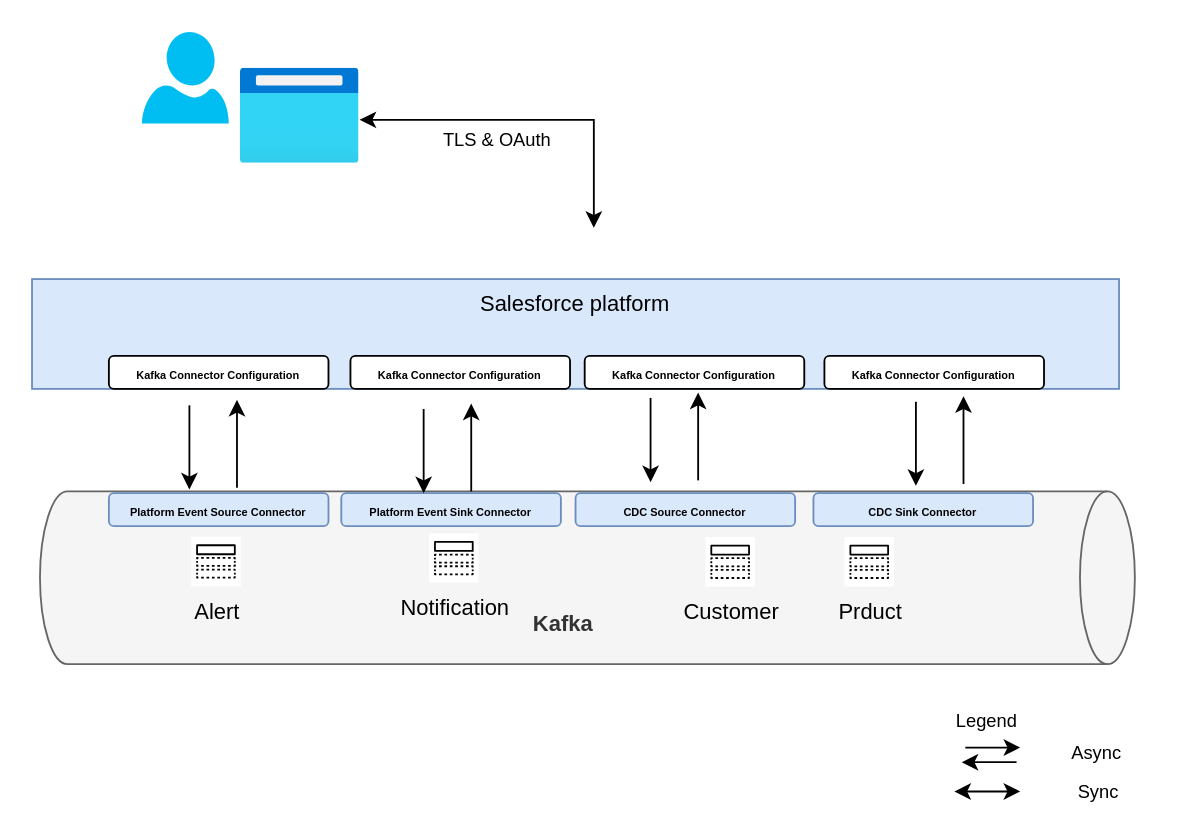
Earlier version of the draw.io diagram SalesConnector.drawio (sreenubk/user-tracker). Source tidied: cells renumbered, new cells numbered last; positions are measured from the earlier drawing's top-left corner, leaving out a move shared by most shapes. Both pictures are drawn from the tidied source at 183%, with x=0, y=0 at pixel (31, 29).
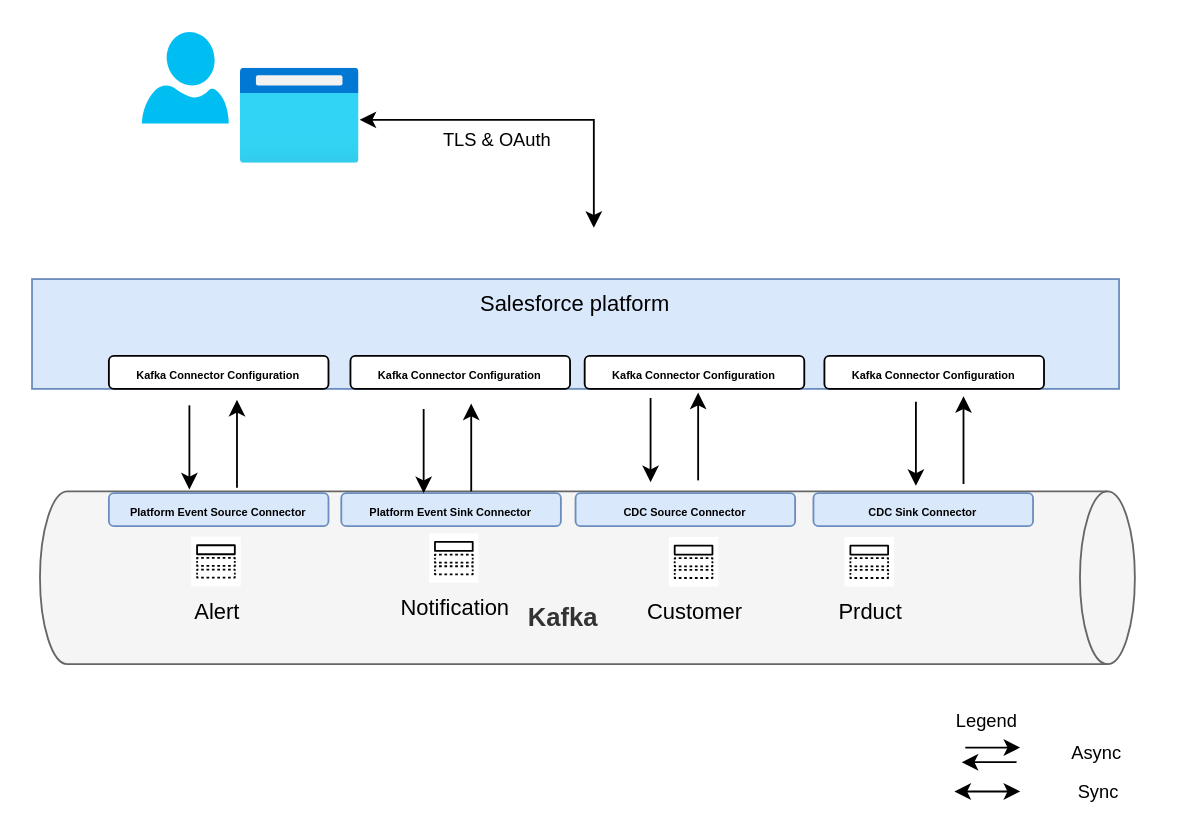
Above is the later version.

What changed in the source:
```diff
@@
-    <mxCell id="6" value="&lt;div&gt;&lt;blockquote&gt;Kafka&lt;/blockquote&gt;&lt;/div&gt;" style="shape=cylinder3;whiteSpace=wrap;html=1;boundedLbl=1;backgroundOutline=1;size=15;rotation=90;fillColor=#f5f5f5;fontColor=#333333;strokeColor=#666666;align=center;verticalAlign=bottom;horizontal=0;fontStyle=1;" parent="1" vertex="1">
+    <mxCell id="6" value="&lt;div style=&quot;font-size: 14px;&quot;&gt;&lt;blockquote style=&quot;font-size: 14px;&quot;&gt;Kafka&lt;/blockquote&gt;&lt;/div&gt;" style="shape=cylinder3;whiteSpace=wrap;html=1;boundedLbl=1;backgroundOutline=1;size=15;rotation=90;fillColor=#f5f5f5;fontColor=#333333;strokeColor=#666666;align=center;verticalAlign=bottom;horizontal=0;fontStyle=1;fontSize=14;" parent="1" vertex="1">
       <mxGeometry x="256.3" y="0.1" width="94.4" height="598.3" as="geometry" />
     </mxCell>
@@
     <mxCell id="8" value="Customer" style="sketch=0;dashed=0;verticalLabelPosition=bottom;verticalAlign=top;align=center;html=1;fontSize=12;fontStyle=0;shape=mxgraph.aws4.resourceIcon;resIcon=mxgraph.aws4.topic;" parent="1" vertex="1">
-      <mxGeometry x="368" y="277" width="27" height="27" as="geometry" />
+      <mxGeometry x="348" y="277" width="27" height="27" as="geometry" />
     </mxCell>
```
